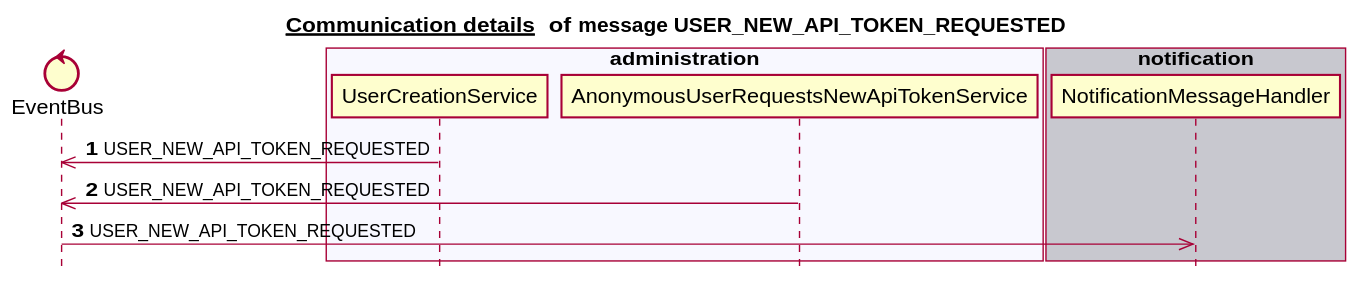
Before: docs/latest/images/gen_domain_messaging_user_new_api_token_requested.svg, a diagram exported from PlantUML (mercedes-benz/sechub).
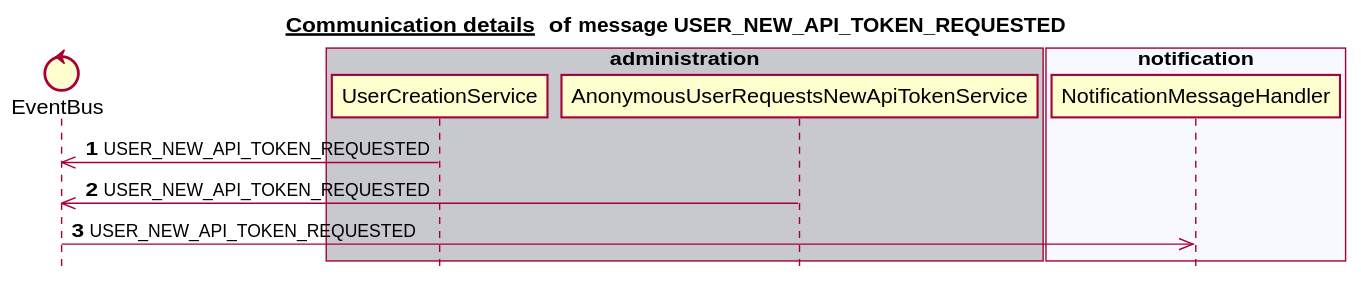
After the change.

Change to the diagram source:
```diff
@@ -6,18 +6,18 @@
 
 
 control EventBus
-box "scan" #C8C8CF
+box "schedule" #C8C8CF
 end box
-box "schedule" #F8F8FF
+box "scan" #F8F8FF
 end box
-box "authorization" #C8C8CF
-end box
-box "administration" #F8F8FF
+box "administration" #C8C8CF
    participant UserCreationService
    participant AnonymousUserRequestsNewApiTokenService
 end box
-box "notification" #C8C8CF
+box "notification" #F8F8FF
    participant NotificationMessageHandler
+end box
+box "authorization" #C8C8CF
 end box
 autonumber 1
 UserCreationService ->> EventBus:USER_NEW_API_TOKEN_REQUESTED
```
